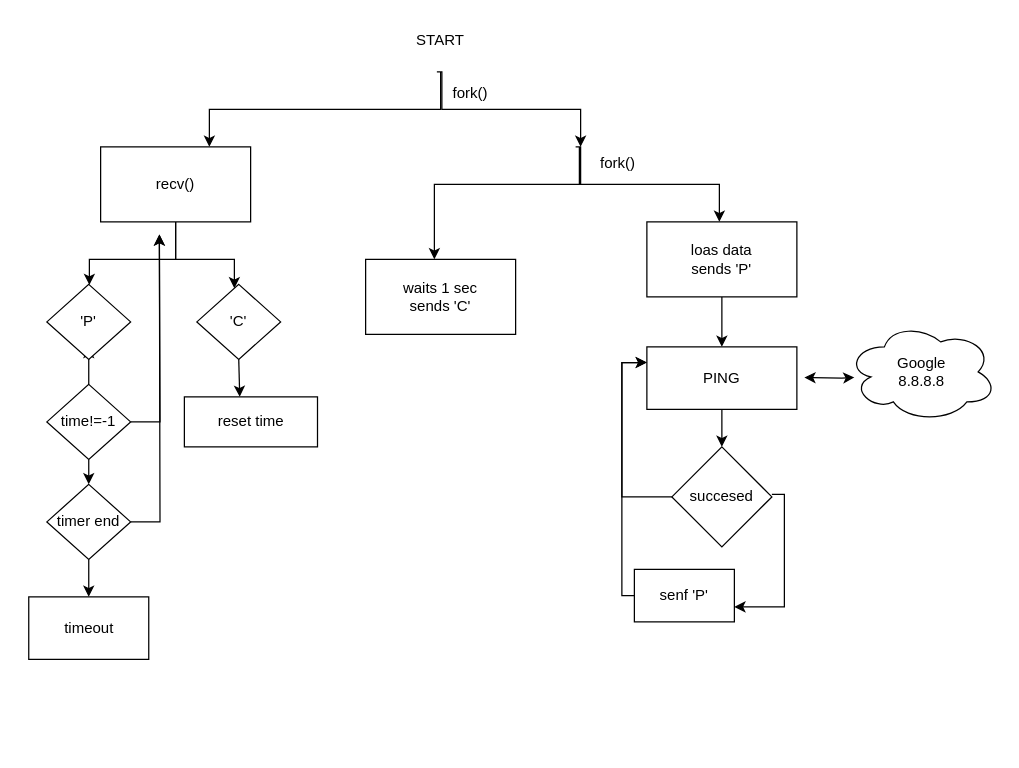
The draw.io diagram 4reshatot.drawio in slomit1234/FlowCharts, before the edit. Source tidied: cells renumbered, new cells numbered last; positions are measured from the earlier drawing's top-left corner, leaving out a move shared by most shapes. Both pictures are drawn from the tidied source at 125%, with x=0, y=0 at pixel (29, 21).
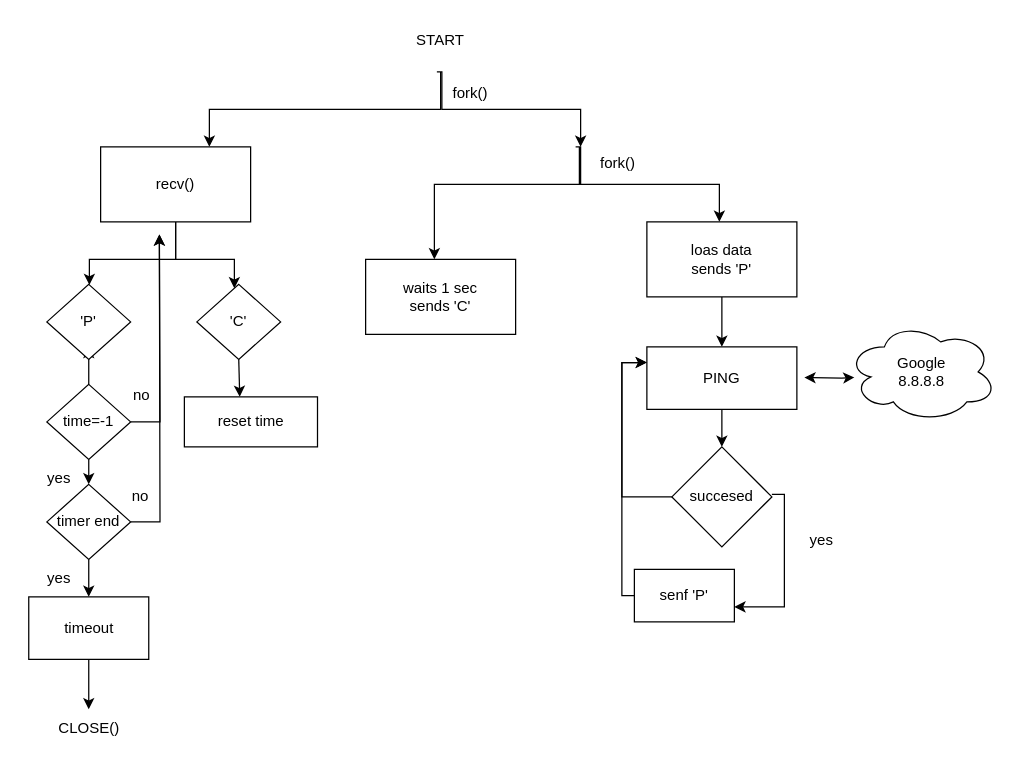
After the change.

The change refers to these unchanged cells:
```xml
<mxCell id="35" value="timeout" style="rounded=0;whiteSpace=wrap;html=1;" parent="1" vertex="1">
  <mxGeometry x="-0.5" y="460" width="96" height="50" as="geometry" />
</mxCell>
```

Change to the diagram source:
```diff
@@
-    <mxCell id="31" value="time!=-1" style="rhombus;whiteSpace=wrap;html=1;rounded=0;" parent="1" vertex="1">
+    <mxCell id="31" value="time=-1" style="rhombus;whiteSpace=wrap;html=1;rounded=0;" parent="1" vertex="1">
       <mxGeometry x="14" y="290" width="67" height="60" as="geometry" />
     </mxCell>
@@
+    <mxCell id="36" style="edgeStyle=orthogonalEdgeStyle;rounded=0;jettySize=auto;html=1;exitX=0.5;exitY=1;exitDx=0;exitDy=0;" parent="1" edge="1" source="35" target="42">
+      <mxGeometry relative="1" as="geometry" />
+    </mxCell>
@@
+    <mxCell id="37" value="yes" style="text;html=1;strokeColor=none;fillColor=none;align=center;verticalAlign=middle;whiteSpace=wrap;rounded=0;" parent="1" vertex="1">
+      <mxGeometry x="-6" y="430" width="60" height="30" as="geometry" />
+    </mxCell>
+    <mxCell id="38" value="yes" style="text;html=1;strokeColor=none;fillColor=none;align=center;verticalAlign=middle;whiteSpace=wrap;rounded=0;" parent="1" vertex="1">
+      <mxGeometry x="-6" y="350" width="60" height="30" as="geometry" />
+    </mxCell>
+    <mxCell id="39" value="yes" style="text;html=1;strokeColor=none;fillColor=none;align=center;verticalAlign=middle;whiteSpace=wrap;rounded=0;" parent="1" vertex="1">
+      <mxGeometry x="604" y="400" width="60" height="30" as="geometry" />
+    </mxCell>
+    <mxCell id="40" value="no" style="text;html=1;strokeColor=none;fillColor=none;align=center;verticalAlign=middle;whiteSpace=wrap;rounded=0;" parent="1" vertex="1">
+      <mxGeometry x="58.5" y="365" width="60" height="30" as="geometry" />
+    </mxCell>
+    <mxCell id="41" value="no" style="text;html=1;strokeColor=none;fillColor=none;align=center;verticalAlign=middle;whiteSpace=wrap;rounded=0;" parent="1" vertex="1">
+      <mxGeometry x="59.5" y="284" width="60" height="30" as="geometry" />
+    </mxCell>
+    <mxCell id="42" value="CLOSE()" style="text;html=1;strokeColor=none;fillColor=none;align=center;verticalAlign=middle;whiteSpace=wrap;rounded=0;" parent="1" vertex="1">
+      <mxGeometry x="17.5" y="550" width="60" height="30" as="geometry" />
+    </mxCell>
```
